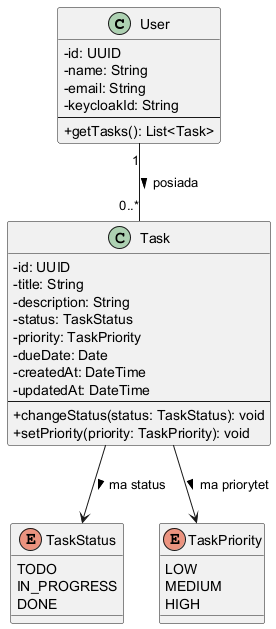
Above: doc/diagrams/class_diagram.png in codingbart/todoapp (PlantUML), before the change.
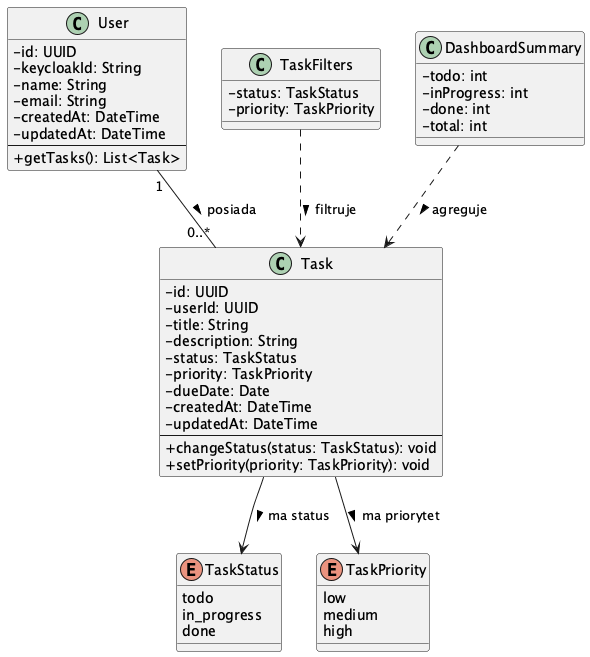
Above is the later version.

What changed in the source:
```diff
@@ -3,15 +3,18 @@
 
 class User {
     - id: UUID
+    - keycloakId: String
     - name: String
     - email: String
-    - keycloakId: String
+    - createdAt: DateTime
+    - updatedAt: DateTime
     --
     + getTasks(): List<Task>
 }
 
 class Task {
     - id: UUID
+    - userId: UUID
     - title: String
     - description: String
     - status: TaskStatus
@@ -25,19 +28,33 @@
 }
 
 enum TaskStatus {
-    TODO
-    IN_PROGRESS
-    DONE
+    todo
+    in_progress
+    done
 }
 
 enum TaskPriority {
-    LOW
-    MEDIUM
-    HIGH
+    low
+    medium
+    high
+}
+
+class TaskFilters {
+    - status: TaskStatus
+    - priority: TaskPriority
+}
+
+class DashboardSummary {
+    - todo: int
+    - inProgress: int
+    - done: int
+    - total: int
 }
 
 User "1" -- "0..*" Task : posiada >
 Task --> TaskStatus : ma status >
 Task --> TaskPriority : ma priorytet >
+TaskFilters ..> Task : filtruje >
+DashboardSummary ..> Task : agreguje >
 
 @enduml
```
